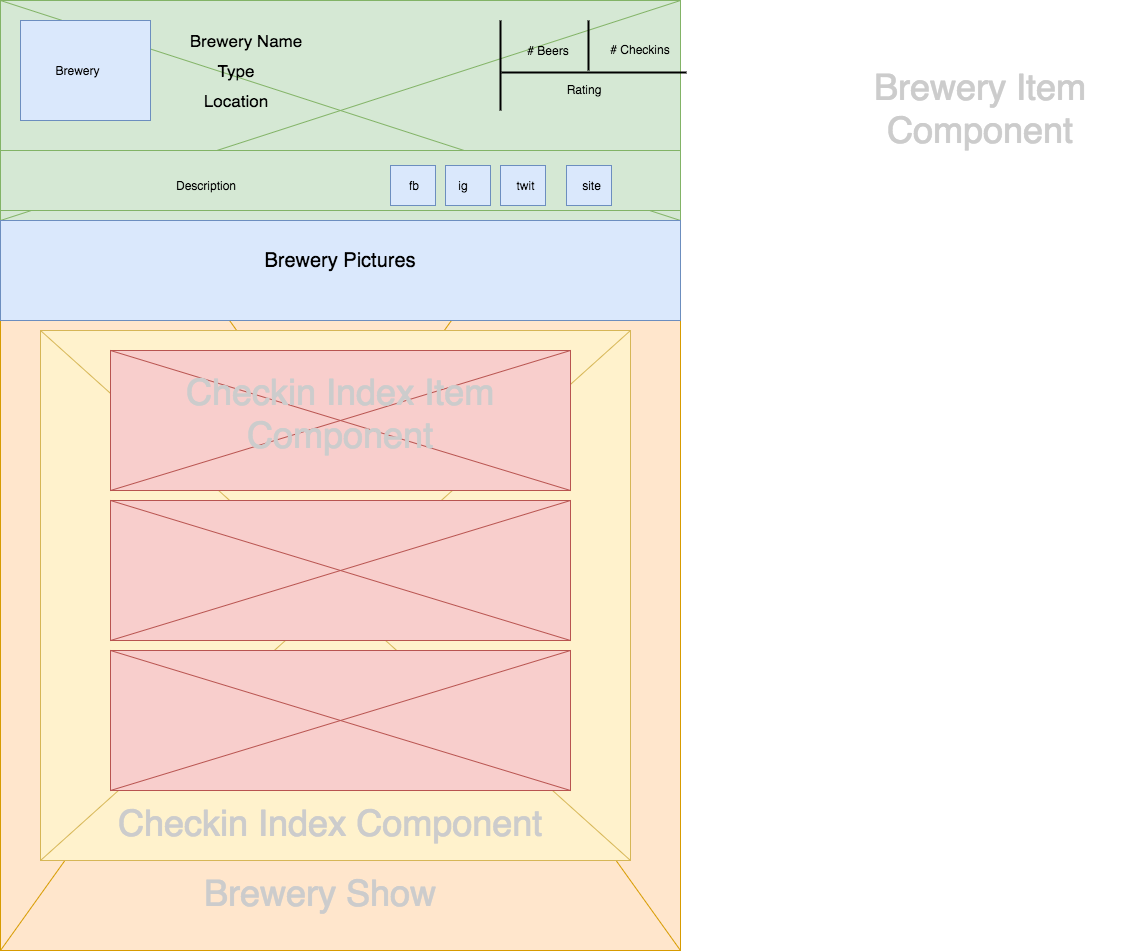
Before: docs/wireframes/brewery-show.png, a diagram exported from draw.io (jasobs10/OnTap). Source tidied: cells renumbered, new cells last; positions are measured from the earlier drawing's top-left corner, leaving out a move shared by most shapes. The source it was exported from:
```xml
<mxGraphModel background="#ffffff">
  <root>
    <mxCell id="0" />
    <mxCell id="1" parent="0" />
    <mxCell id="2" style="verticalLabelPosition=bottom;verticalAlign=top;strokeWidth=1;shape=mxgraph.mockup.graphics.iconGrid;strokeColor=#d79b00;gridSize=1,1;html=1;fillColor=#ffe6cc;" parent="1" vertex="1">
      <mxGeometry width="680" height="950" as="geometry" />
    </mxCell>
    <mxCell id="3" value="Brewery Show" style="text;spacingTop=-5;align=center;verticalAlign=middle;fontSize=36;fontColor=#CCCCCC;html=1;" parent="1" vertex="1">
      <mxGeometry x="140" y="840" width="360" height="110" as="geometry" />
    </mxCell>
    <mxCell id="4" style="verticalLabelPosition=bottom;verticalAlign=top;strokeWidth=1;shape=mxgraph.mockup.graphics.iconGrid;strokeColor=#82b366;gridSize=1,1;html=1;fillColor=#d5e8d4;" parent="1" vertex="1">
      <mxGeometry width="680" height="220" as="geometry" />
    </mxCell>
    <mxCell id="5" value="Brewery Item&lt;div&gt;Component&lt;/div&gt;" style="text;spacingTop=-5;align=center;verticalAlign=middle;fontSize=36;fontColor=#CCCCCC;html=1;" parent="1" vertex="1">
      <mxGeometry x="840" y="45" width="280" height="130" as="geometry" />
    </mxCell>
    <mxCell id="6" style="whiteSpace=wrap;html=1;strokeWidth=1;fillColor=#dae8fc;strokeColor=#6c8ebf;" parent="1" vertex="1">
      <mxGeometry y="220" width="680" height="100" as="geometry" />
    </mxCell>
    <mxCell id="7" value="&lt;font style=&quot;font-size: 20px&quot;&gt;Brewery Pictures&lt;/font&gt;" style="text;html=1;strokeColor=none;fillColor=none;align=center;verticalAlign=middle;whiteSpace=wrap;" parent="1" vertex="1">
      <mxGeometry x="224" y="250" width="232" height="20" as="geometry" />
    </mxCell>
    <mxCell id="8" style="verticalLabelPosition=bottom;verticalAlign=top;strokeWidth=1;shape=mxgraph.mockup.graphics.iconGrid;strokeColor=#d6b656;gridSize=1,1;html=1;fillColor=#fff2cc;" parent="1" vertex="1">
      <mxGeometry x="40" y="330" width="590" height="530" as="geometry" />
    </mxCell>
    <mxCell id="9" value="Checkin Index Component" style="text;spacingTop=-5;align=center;verticalAlign=middle;fontSize=36;fontColor=#CCCCCC;html=1;" parent="1" vertex="1">
      <mxGeometry x="150" y="770" width="360" height="110" as="geometry" />
    </mxCell>
    <mxCell id="10" style="verticalLabelPosition=bottom;verticalAlign=top;strokeWidth=1;shape=mxgraph.mockup.graphics.iconGrid;strokeColor=#b85450;gridSize=1,1;html=1;fillColor=#f8cecc;" parent="1" vertex="1">
      <mxGeometry x="110" y="350" width="460" height="140" as="geometry" />
    </mxCell>
    <mxCell id="11" style="verticalLabelPosition=bottom;verticalAlign=top;strokeWidth=1;shape=mxgraph.mockup.graphics.iconGrid;strokeColor=#b85450;gridSize=1,1;html=1;fillColor=#f8cecc;" parent="1" vertex="1">
      <mxGeometry x="110" y="500" width="460" height="140" as="geometry" />
    </mxCell>
    <mxCell id="12" style="verticalLabelPosition=bottom;verticalAlign=top;strokeWidth=1;shape=mxgraph.mockup.graphics.iconGrid;strokeColor=#b85450;gridSize=1,1;html=1;fillColor=#f8cecc;" parent="1" vertex="1">
      <mxGeometry x="110" y="650" width="460" height="140" as="geometry" />
    </mxCell>
    <mxCell id="13" value="Checkin Index Item&lt;div&gt;Component&lt;/div&gt;" style="text;spacingTop=-5;align=center;verticalAlign=middle;fontSize=36;fontColor=#CCCCCC;html=1;" parent="1" vertex="1">
      <mxGeometry x="160" y="360" width="360" height="110" as="geometry" />
    </mxCell>
    <mxCell id="14" style="whiteSpace=wrap;html=1;strokeWidth=1;fillColor=#dae8fc;strokeColor=#6c8ebf;" parent="1" vertex="1">
      <mxGeometry x="20" y="20" width="130" height="100" as="geometry" />
    </mxCell>
    <mxCell id="15" value="Brewery" style="text;html=1;strokeColor=none;fillColor=none;align=center;verticalAlign=middle;whiteSpace=wrap;" parent="1" vertex="1">
      <mxGeometry x="40" y="45" width="75" height="50" as="geometry" />
    </mxCell>
    <mxCell id="16" value="&lt;font style=&quot;font-size: 17px&quot;&gt;Brewery Name&lt;/font&gt;" style="text;html=1;strokeColor=none;fillColor=none;align=center;verticalAlign=middle;whiteSpace=wrap;" parent="1" vertex="1">
      <mxGeometry x="180" y="30" width="130" height="20" as="geometry" />
    </mxCell>
    <mxCell id="17" value="&lt;span style=&quot;font-size: 17px&quot;&gt;Type&lt;/span&gt;" style="text;html=1;strokeColor=none;fillColor=none;align=center;verticalAlign=middle;whiteSpace=wrap;" parent="1" vertex="1">
      <mxGeometry x="170" y="60" width="130" height="20" as="geometry" />
    </mxCell>
    <mxCell id="18" value="&lt;span style=&quot;font-size: 17px&quot;&gt;Location&lt;/span&gt;" style="text;html=1;strokeColor=none;fillColor=none;align=center;verticalAlign=middle;whiteSpace=wrap;" parent="1" vertex="1">
      <mxGeometry x="170" y="90" width="130" height="20" as="geometry" />
    </mxCell>
    <mxCell id="19" style="line;strokeWidth=2;direction=south;html=1;" parent="1" vertex="1">
      <mxGeometry x="495" y="20" width="10" height="90" as="geometry" />
    </mxCell>
    <mxCell id="20" style="line;strokeWidth=2;html=1;" parent="1" vertex="1">
      <mxGeometry x="501" y="67" width="185" height="10" as="geometry" />
    </mxCell>
    <mxCell id="21" style="line;strokeWidth=2;direction=south;html=1;" parent="1" vertex="1">
      <mxGeometry x="583" y="20" width="10" height="50" as="geometry" />
    </mxCell>
    <mxCell id="22" value="# Beers" style="text;html=1;strokeColor=none;fillColor=none;align=center;verticalAlign=middle;whiteSpace=wrap;" parent="1" vertex="1">
      <mxGeometry x="513" y="29" width="70" height="42" as="geometry" />
    </mxCell>
    <mxCell id="23" value="# Checkins" style="text;html=1;strokeColor=none;fillColor=none;align=center;verticalAlign=middle;whiteSpace=wrap;" parent="1" vertex="1">
      <mxGeometry x="605" y="28" width="70" height="42" as="geometry" />
    </mxCell>
    <mxCell id="24" value="Rating" style="text;html=1;strokeColor=none;fillColor=none;align=center;verticalAlign=middle;whiteSpace=wrap;" parent="1" vertex="1">
      <mxGeometry x="548" y="68" width="70" height="42" as="geometry" />
    </mxCell>
    <mxCell id="25" style="whiteSpace=wrap;html=1;strokeWidth=1;fillColor=#d5e8d4;strokeColor=#82b366;" parent="1" vertex="1">
      <mxGeometry y="150" width="680" height="60" as="geometry" />
    </mxCell>
    <mxCell id="26" value="Description" style="text;html=1;strokeColor=none;fillColor=none;align=center;verticalAlign=middle;whiteSpace=wrap;" parent="1" vertex="1">
      <mxGeometry x="100" y="175" width="210" height="20" as="geometry" />
    </mxCell>
    <mxCell id="27" style="whiteSpace=wrap;html=1;strokeWidth=1;fillColor=#dae8fc;strokeColor=#6c8ebf;" parent="1" vertex="1">
      <mxGeometry x="390" y="165" width="45" height="40" as="geometry" />
    </mxCell>
    <mxCell id="28" style="whiteSpace=wrap;html=1;strokeWidth=1;fillColor=#dae8fc;strokeColor=#6c8ebf;" parent="1" vertex="1">
      <mxGeometry x="445" y="165" width="45" height="40" as="geometry" />
    </mxCell>
    <mxCell id="29" style="whiteSpace=wrap;html=1;strokeWidth=1;fillColor=#dae8fc;strokeColor=#6c8ebf;" parent="1" vertex="1">
      <mxGeometry x="500" y="165" width="45" height="40" as="geometry" />
    </mxCell>
    <mxCell id="30" style="whiteSpace=wrap;html=1;strokeWidth=1;fillColor=#dae8fc;strokeColor=#6c8ebf;" parent="1" vertex="1">
      <mxGeometry x="566" y="165" width="45" height="40" as="geometry" />
    </mxCell>
    <mxCell id="31" value="fb" style="text;html=1;strokeColor=none;fillColor=none;align=center;verticalAlign=middle;whiteSpace=wrap;" parent="1" vertex="1">
      <mxGeometry x="393" y="175" width="40" height="20" as="geometry" />
    </mxCell>
    <mxCell id="32" value="twit" style="text;html=1;strokeColor=none;fillColor=none;align=center;verticalAlign=middle;whiteSpace=wrap;" parent="1" vertex="1">
      <mxGeometry x="505" y="175" width="40" height="20" as="geometry" />
    </mxCell>
    <mxCell id="33" value="ig" style="text;html=1;strokeColor=none;fillColor=none;align=center;verticalAlign=middle;whiteSpace=wrap;" parent="1" vertex="1">
      <mxGeometry x="443" y="175" width="40" height="20" as="geometry" />
    </mxCell>
    <mxCell id="34" value="site" style="text;html=1;strokeColor=none;fillColor=none;align=center;verticalAlign=middle;whiteSpace=wrap;" parent="1" vertex="1">
      <mxGeometry x="573" y="180" width="37" height="10" as="geometry" />
    </mxCell>
  </root>
</mxGraphModel>
```
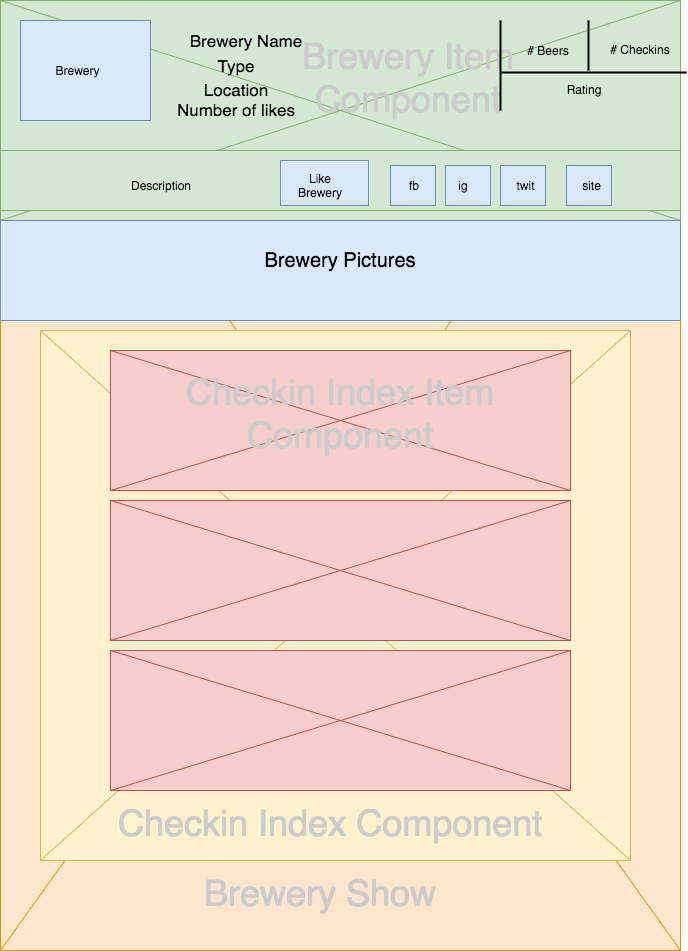
The same file after the commit.

Diff of the diagram source:
```diff
@@ -12,7 +12,7 @@
       <mxGeometry width="680" height="220" as="geometry" />
     </mxCell>
     <mxCell id="5" value="Brewery Item&lt;div&gt;Component&lt;/div&gt;" style="text;spacingTop=-5;align=center;verticalAlign=middle;fontSize=36;fontColor=#CCCCCC;html=1;" parent="1" vertex="1">
-      <mxGeometry x="840" y="45" width="280" height="130" as="geometry" />
+      <mxGeometry x="268" y="14" width="280" height="130" as="geometry" />
     </mxCell>
     <mxCell id="6" style="whiteSpace=wrap;html=1;strokeWidth=1;fillColor=#dae8fc;strokeColor=#6c8ebf;" parent="1" vertex="1">
       <mxGeometry y="220" width="680" height="100" as="geometry" />
@@ -48,10 +48,10 @@
       <mxGeometry x="180" y="30" width="130" height="20" as="geometry" />
     </mxCell>
     <mxCell id="17" value="&lt;span style=&quot;font-size: 17px&quot;&gt;Type&lt;/span&gt;" style="text;html=1;strokeColor=none;fillColor=none;align=center;verticalAlign=middle;whiteSpace=wrap;" parent="1" vertex="1">
-      <mxGeometry x="170" y="60" width="130" height="20" as="geometry" />
+      <mxGeometry x="170" y="55" width="130" height="20" as="geometry" />
     </mxCell>
     <mxCell id="18" value="&lt;span style=&quot;font-size: 17px&quot;&gt;Location&lt;/span&gt;" style="text;html=1;strokeColor=none;fillColor=none;align=center;verticalAlign=middle;whiteSpace=wrap;" parent="1" vertex="1">
-      <mxGeometry x="170" y="90" width="130" height="20" as="geometry" />
+      <mxGeometry x="170" y="79" width="130" height="20" as="geometry" />
     </mxCell>
     <mxCell id="19" style="line;strokeWidth=2;direction=south;html=1;" parent="1" vertex="1">
       <mxGeometry x="495" y="20" width="10" height="90" as="geometry" />
@@ -75,7 +75,7 @@
       <mxGeometry y="150" width="680" height="60" as="geometry" />
     </mxCell>
     <mxCell id="26" value="Description" style="text;html=1;strokeColor=none;fillColor=none;align=center;verticalAlign=middle;whiteSpace=wrap;" parent="1" vertex="1">
-      <mxGeometry x="100" y="175" width="210" height="20" as="geometry" />
+      <mxGeometry x="55" y="175" width="210" height="20" as="geometry" />
     </mxCell>
     <mxCell id="27" style="whiteSpace=wrap;html=1;strokeWidth=1;fillColor=#dae8fc;strokeColor=#6c8ebf;" parent="1" vertex="1">
       <mxGeometry x="390" y="165" width="45" height="40" as="geometry" />
@@ -101,5 +101,14 @@
     <mxCell id="34" value="site" style="text;html=1;strokeColor=none;fillColor=none;align=center;verticalAlign=middle;whiteSpace=wrap;" parent="1" vertex="1">
       <mxGeometry x="573" y="180" width="37" height="10" as="geometry" />
     </mxCell>
+    <mxCell id="35" style="whiteSpace=wrap;html=1;strokeWidth=1;fillColor=#dae8fc;strokeColor=#6c8ebf;" parent="1" vertex="1">
+      <mxGeometry x="280" y="160" width="88" height="45" as="geometry" />
+    </mxCell>
+    <mxCell id="36" value="Like Brewery" style="text;html=1;strokeColor=none;fillColor=none;align=center;verticalAlign=middle;whiteSpace=wrap;" parent="1" vertex="1">
+      <mxGeometry x="290" y="170" width="60" height="30" as="geometry" />
+    </mxCell>
+    <mxCell id="37" value="&lt;span style=&quot;font-size: 17px&quot;&gt;Number of likes&lt;/span&gt;" style="text;html=1;strokeColor=none;fillColor=none;align=center;verticalAlign=middle;whiteSpace=wrap;" parent="1" vertex="1">
+      <mxGeometry x="170" y="99" width="130" height="20" as="geometry" />
+    </mxCell>
   </root>
 </mxGraphModel>
```
